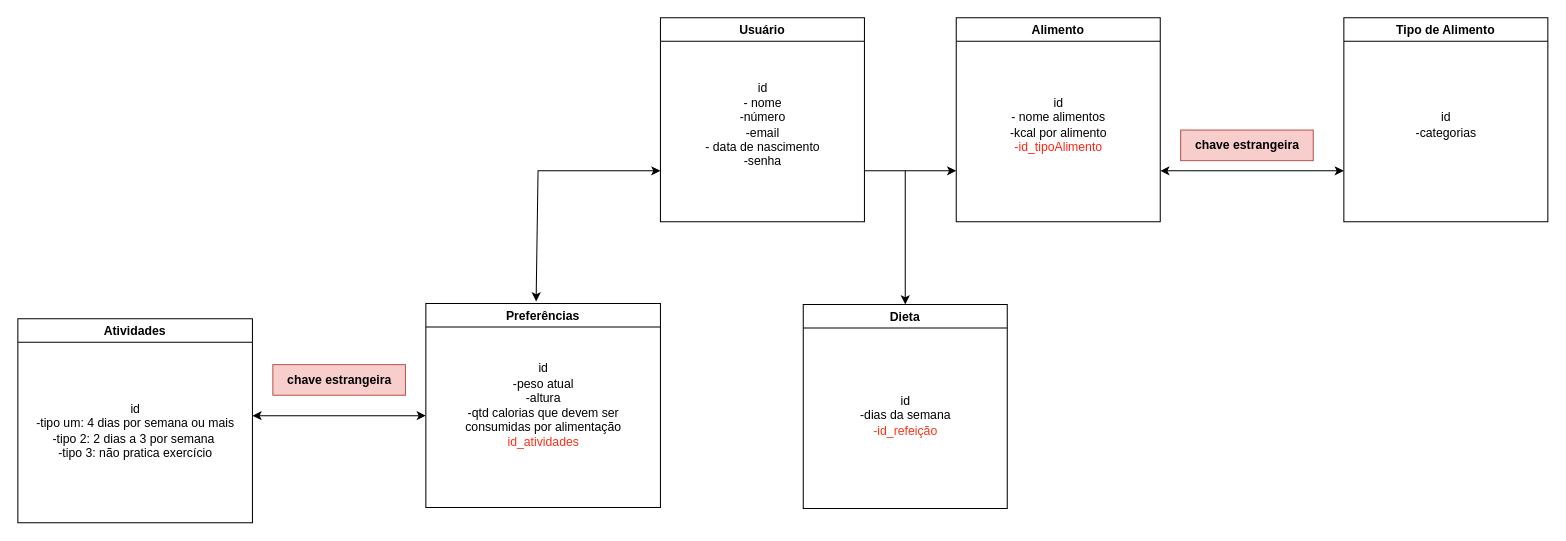
This is Documentacao/Diagrama Banco de Dados.drawio from FelipeRoriz0/MakeYourdiet, a draw.io file, before an edit. Source tidied: cells renumbered, new cells numbered last; positions are measured from the earlier drawing's top-left corner, leaving out a move shared by most shapes. Both pictures are drawn from the tidied source at 102%, with x=0, y=0 at pixel (17, 17).
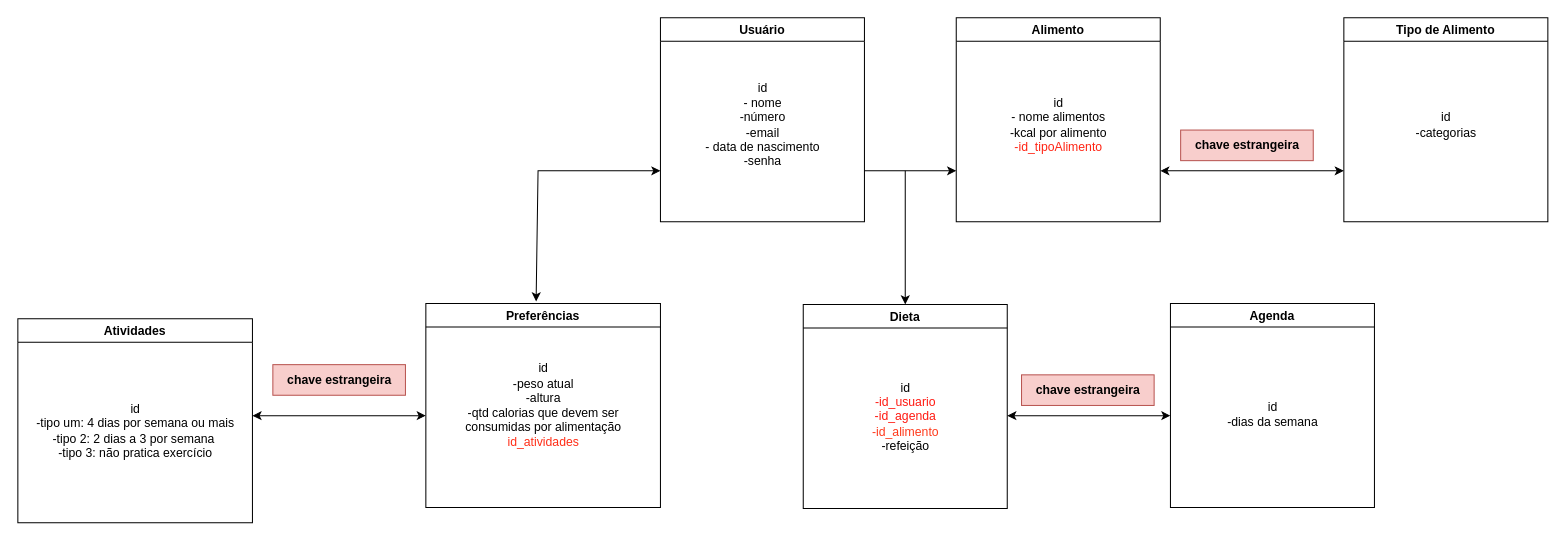
After the change.

Commit message:
banco de dados

Unchanged cells that the change refers to:
```xml
<mxCell id="8" value="Dieta" style="swimlane;" parent="1" vertex="1">
  <mxGeometry x="770" y="281" width="200" height="200" as="geometry" />
</mxCell>
```

Diff of the diagram source:
```diff
@@
-    <mxCell id="9" value="id&lt;br&gt;-dias da semana&lt;br&gt;&lt;font color=&quot;#ff3414&quot;&gt;-id_refeição&lt;/font&gt;" style="text;html=1;align=center;verticalAlign=middle;strokeColor=none;fillColor=none;rotation=0;" parent="8" vertex="1">
-      <mxGeometry x="45" y="79" width="110" height="60" as="geometry" />
+    <mxCell id="9" value="id&lt;br&gt;&lt;font color=&quot;#ff1a12&quot;&gt;-id_usuario&lt;br&gt;-id_agenda&lt;br&gt;&lt;/font&gt;&lt;font color=&quot;#ff3a1c&quot;&gt;-id_alimento&lt;/font&gt;&lt;br&gt;-refeição" style="text;html=1;align=center;verticalAlign=middle;strokeColor=none;fillColor=none;rotation=0;" parent="8" vertex="1">
+      <mxGeometry x="55" y="65" width="90" height="90" as="geometry" />
     </mxCell>
@@
+    <mxCell id="21" value="Agenda" style="swimlane;" parent="1" vertex="1">
+      <mxGeometry x="1130" y="280" width="200" height="200" as="geometry" />
+    </mxCell>
+    <mxCell id="22" value="id&lt;br&gt;-dias da semana" style="text;html=1;align=center;verticalAlign=middle;strokeColor=none;fillColor=none;rotation=0;" parent="21" vertex="1">
+      <mxGeometry x="45" y="89" width="110" height="40" as="geometry" />
+    </mxCell>
+    <mxCell id="23" style="endArrow=classic;startArrow=classic;html=1;rounded=0;fontColor=#FF1A12;" parent="1" edge="1">
+      <mxGeometry relative="1" as="geometry">
+        <mxPoint x="970" y="390" as="sourcePoint" />
+        <mxPoint x="1130" y="390" as="targetPoint" />
+      </mxGeometry>
+    </mxCell>
+    <mxCell id="24" value="chave estrangeira" style="text;html=1;align=center;verticalAlign=middle;strokeColor=#b85450;fillColor=#f8cecc;fontStyle=1;" parent="1" vertex="1">
+      <mxGeometry x="984" y="350" width="130" height="30" as="geometry" />
+    </mxCell>
```
